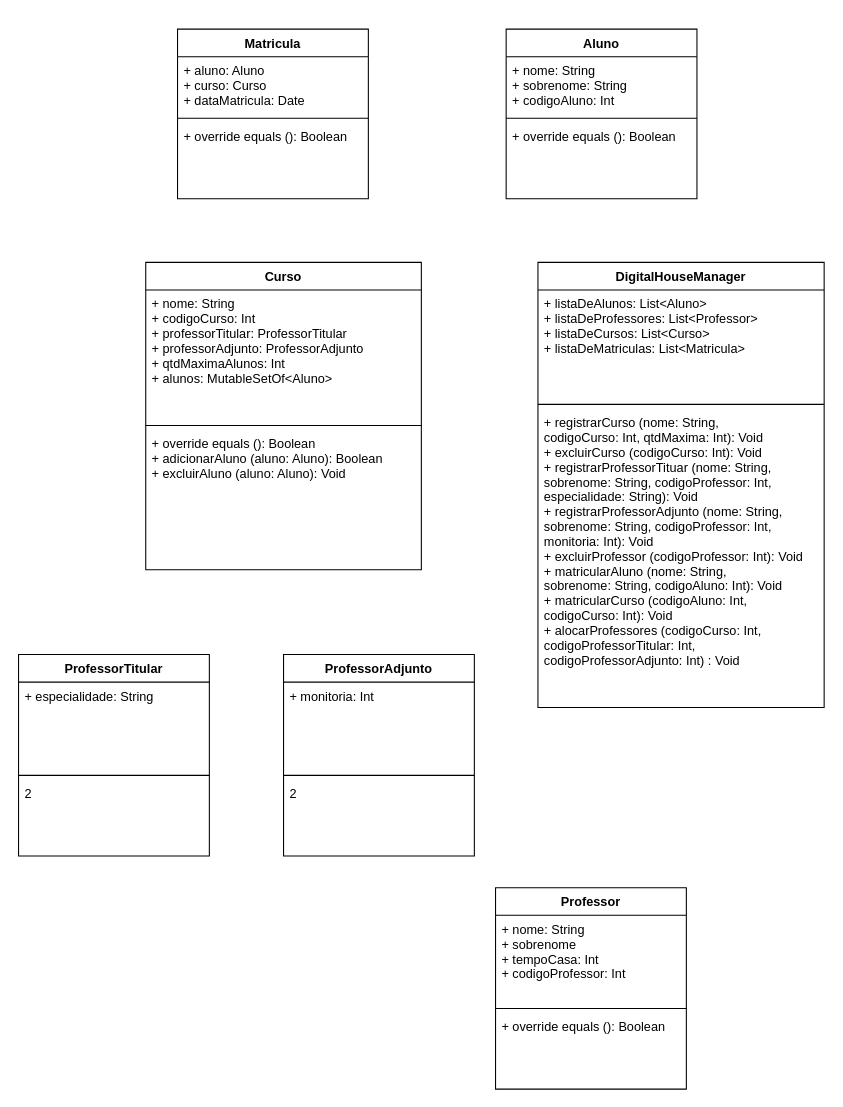
Earlier version of the draw.io diagram UMLDesafio.drawio (MiguelFazzanaro/Desafio2509). Source tidied: cells renumbered, new cells numbered last; positions are measured from the earlier drawing's top-left corner, leaving out a move shared by most shapes. Both pictures are drawn from the tidied source at 106%, with x=0, y=0 at pixel (18, 29).
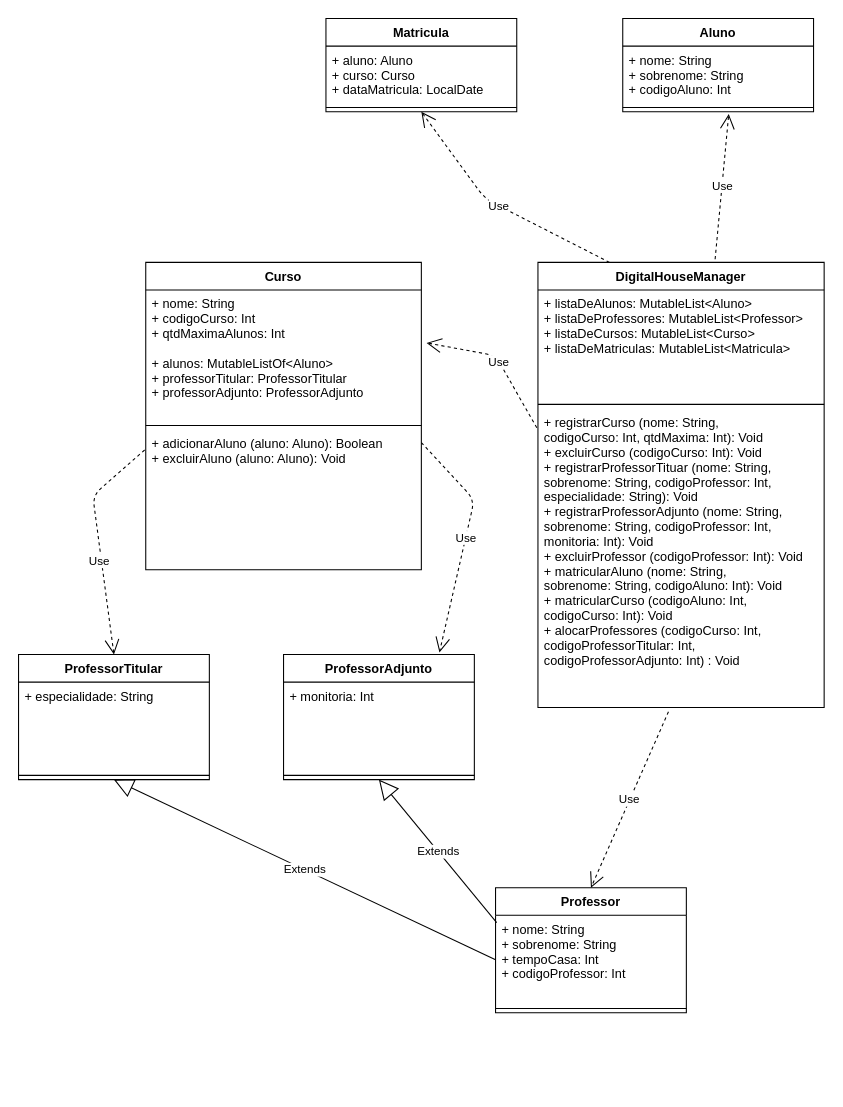
Above is the later version.

Commit message (it also covers changes not shown here):
atualizao do uml

The change refers to these unchanged cells:
```xml
<mxCell id="10" value="Curso" style="swimlane;fontStyle=1;align=center;verticalAlign=top;horizontal=1;startSize=26;" parent="1" vertex="1">
  <mxGeometry x="120" y="220" width="260" height="290" as="geometry" />
</mxCell>
<mxCell id="22" value="DigitalHouseManager" style="swimlane;fontStyle=1;align=center;verticalAlign=top;horizontal=1;startSize=26;" parent="1" vertex="1">
  <mxGeometry x="490" y="220" width="270" height="420" as="geometry" />
</mxCell>
<mxCell id="25" value="+ registrarCurso (nome: String, &#10;codigoCurso: Int, qtdMaxima: Int): Void&#10;+ excluirCurso (codigoCurso: Int): Void&#10;+ registrarProfessorTituar (nome: String, &#10;sobrenome: String, codigoProfessor: Int, &#10;especialidade: String): Void&#10;+ registrarProfessorAdjunto (nome: String, &#10;sobrenome: String, codigoProfessor: Int, &#10;monitoria: Int): Void&#10;+ excluirProfessor (codigoProfessor: Int): Void&#10;+ matricularAluno (nome: String, &#10;sobrenome: String, codigoAluno: Int): Void&#10;+ matricularCurso (codigoAluno: Int, &#10;codigoCurso: Int): Void&#10;+ alocarProfessores (codigoCurso: Int,&#10;codigoProfessorTitular: Int, &#10;codigoProfessorAdjunto: Int) : Void&#10;&#10;" style="text;strokeColor=none;fillColor=none;align=left;verticalAlign=top;spacingLeft=4;spacingRight=4;overflow=hidden;points=[[0,0.5],[1,0.5]];portConstraint=eastwest;" parent="22" vertex="1">
  <mxGeometry y="138" width="270" height="282" as="geometry" />
</mxCell>
```

What changed in the source:
```diff
@@
-    <mxCell id="2" value="Aluno" style="swimlane;fontStyle=1;align=center;verticalAlign=top;horizontal=1;startSize=26;" parent="1" vertex="1">
-      <mxGeometry x="460" width="180" height="160" as="geometry" />
-    </mxCell>
-    <mxCell id="3" value="+ nome: String&#10;+ sobrenome: String&#10;+ codigoAluno: Int" style="text;strokeColor=none;fillColor=none;align=left;verticalAlign=top;spacingLeft=4;spacingRight=4;overflow=hidden;" parent="2" vertex="1">
-      <mxGeometry y="26" width="180" height="54" as="geometry" />
-    </mxCell>
-    <mxCell id="4" style="line;strokeWidth=1;fillColor=none;align=left;verticalAlign=middle;spacingTop=-1;spacingLeft=3;spacingRight=3;labelPosition=right;" parent="2" vertex="1">
-      <mxGeometry y="80" width="180" height="8" as="geometry" />
-    </mxCell>
-    <mxCell id="5" value="+ override equals (): Boolean" style="text;strokeColor=none;fillColor=none;align=left;verticalAlign=top;spacingLeft=4;spacingRight=4;overflow=hidden;" parent="2" vertex="1">
-      <mxGeometry y="88" width="180" height="72" as="geometry" />
-    </mxCell>
-    <mxCell id="6" value="Matricula" style="swimlane;fontStyle=1;align=center;verticalAlign=top;horizontal=1;startSize=26;" parent="1" vertex="1">
-      <mxGeometry x="150" width="180" height="160" as="geometry" />
-    </mxCell>
-    <mxCell id="7" value="+ aluno: Aluno&#10;+ curso: Curso&#10;+ dataMatricula: Date" style="text;strokeColor=none;fillColor=none;align=left;verticalAlign=top;spacingLeft=4;spacingRight=4;overflow=hidden;" parent="6" vertex="1">
-      <mxGeometry y="26" width="180" height="54" as="geometry" />
-    </mxCell>
-    <mxCell id="8" style="line;strokeWidth=1;fillColor=none;align=left;verticalAlign=middle;spacingTop=-1;spacingLeft=3;spacingRight=3;labelPosition=right;" parent="6" vertex="1">
-      <mxGeometry y="80" width="180" height="8" as="geometry" />
-    </mxCell>
-    <mxCell id="9" value="+ override equals (): Boolean" style="text;strokeColor=none;fillColor=none;align=left;verticalAlign=top;spacingLeft=4;spacingRight=4;overflow=hidden;" parent="6" vertex="1">
-      <mxGeometry y="88" width="180" height="72" as="geometry" />
-    </mxCell>
@@
-    <mxCell id="11" value="+ nome: String&#10;+ codigoCurso: Int&#10;+ professorTitular: ProfessorTitular&#10;+ professorAdjunto: ProfessorAdjunto&#10;+ qtdMaximaAlunos: Int&#10;+ alunos: MutableSetOf&lt;Aluno&gt;&#10;" style="text;strokeColor=none;fillColor=none;align=left;verticalAlign=top;spacingLeft=4;spacingRight=4;overflow=hidden;points=[[0,0.5],[1,0.5]];portConstraint=eastwest;" parent="10" vertex="1">
+    <mxCell id="11" value="+ nome: String&#10;+ codigoCurso: Int&#10;+ qtdMaximaAlunos: Int&#10;&#10;+ alunos: MutableListOf&lt;Aluno&gt;&#10;+ professorTitular: ProfessorTitular&#10;+ professorAdjunto: ProfessorAdjunto&#10;" style="text;strokeColor=none;fillColor=none;align=left;verticalAlign=top;spacingLeft=4;spacingRight=4;overflow=hidden;points=[[0,0.5],[1,0.5]];portConstraint=eastwest;" parent="10" vertex="1">
       <mxGeometry y="26" width="260" height="124" as="geometry" />
     </mxCell>
@@
-    <mxCell id="13" value="+ override equals (): Boolean&#10;+ adicionarAluno (aluno: Aluno): Boolean&#10;+ excluirAluno (aluno: Aluno): Void" style="text;strokeColor=none;fillColor=none;align=left;verticalAlign=top;spacingLeft=4;spacingRight=4;overflow=hidden;points=[[0,0.5],[1,0.5]];portConstraint=eastwest;" parent="10" vertex="1">
+    <mxCell id="13" value="+ adicionarAluno (aluno: Aluno): Boolean&#10;+ excluirAluno (aluno: Aluno): Void" style="text;strokeColor=none;fillColor=none;align=left;verticalAlign=top;spacingLeft=4;spacingRight=4;overflow=hidden;points=[[0,0.5],[1,0.5]];portConstraint=eastwest;" parent="10" vertex="1">
       <mxGeometry y="158" width="260" height="132" as="geometry" />
     </mxCell>
+    <mxCell id="2" value="Aluno" style="swimlane;fontStyle=1;align=center;verticalAlign=top;horizontal=1;startSize=26;" parent="1" vertex="1">
+      <mxGeometry x="570" y="-10" width="180" height="88" as="geometry" />
+    </mxCell>
+    <mxCell id="3" value="+ nome: String&#10;+ sobrenome: String&#10;+ codigoAluno: Int" style="text;strokeColor=none;fillColor=none;align=left;verticalAlign=top;spacingLeft=4;spacingRight=4;overflow=hidden;" parent="2" vertex="1">
+      <mxGeometry y="26" width="180" height="54" as="geometry" />
+    </mxCell>
+    <mxCell id="4" style="line;strokeWidth=1;fillColor=none;align=left;verticalAlign=middle;spacingTop=-1;spacingLeft=3;spacingRight=3;labelPosition=right;" parent="2" vertex="1">
+      <mxGeometry y="80" width="180" height="8" as="geometry" />
+    </mxCell>
+    <mxCell id="6" value="Matricula" style="swimlane;fontStyle=1;align=center;verticalAlign=top;horizontal=1;startSize=26;" parent="1" vertex="1">
+      <mxGeometry x="290" y="-10" width="180" height="88" as="geometry" />
+    </mxCell>
+    <mxCell id="7" value="+ aluno: Aluno&#10;+ curso: Curso&#10;+ dataMatricula: LocalDate" style="text;strokeColor=none;fillColor=none;align=left;verticalAlign=top;spacingLeft=4;spacingRight=4;overflow=hidden;" parent="6" vertex="1">
+      <mxGeometry y="26" width="180" height="54" as="geometry" />
+    </mxCell>
+    <mxCell id="8" style="line;strokeWidth=1;fillColor=none;align=left;verticalAlign=middle;spacingTop=-1;spacingLeft=3;spacingRight=3;labelPosition=right;" parent="6" vertex="1">
+      <mxGeometry y="80" width="180" height="8" as="geometry" />
+    </mxCell>
     <mxCell id="14" value="ProfessorTitular" style="swimlane;fontStyle=1;align=center;verticalAlign=top;horizontal=1;startSize=26;" parent="1" vertex="1">
-      <mxGeometry y="590" width="180" height="190" as="geometry" />
+      <mxGeometry y="590" width="180" height="118" as="geometry" />
     </mxCell>
@@
-    <mxCell id="17" value="2" style="text;strokeColor=none;fillColor=none;align=left;verticalAlign=top;spacingLeft=4;spacingRight=4;overflow=hidden;" parent="14" vertex="1">
-      <mxGeometry y="118" width="180" height="72" as="geometry" />
-    </mxCell>
     <mxCell id="18" value="ProfessorAdjunto" style="swimlane;fontStyle=1;align=center;verticalAlign=top;horizontal=1;startSize=26;" parent="1" vertex="1">
-      <mxGeometry x="250" y="590" width="180" height="190" as="geometry" />
+      <mxGeometry x="250" y="590" width="180" height="118" as="geometry" />
     </mxCell>
@@
-    <mxCell id="21" value="2" style="text;strokeColor=none;fillColor=none;align=left;verticalAlign=top;spacingLeft=4;spacingRight=4;overflow=hidden;" parent="18" vertex="1">
-      <mxGeometry y="118" width="180" height="72" as="geometry" />
-    </mxCell>
@@
-    <mxCell id="23" value="+ listaDeAlunos: List&lt;Aluno&gt;&#10;+ listaDeProfessores: List&lt;Professor&gt;&#10;+ listaDeCursos: List&lt;Curso&gt;&#10;+ listaDeMatriculas: List&lt;Matricula&gt;" style="text;strokeColor=none;fillColor=none;align=left;verticalAlign=top;spacingLeft=4;spacingRight=4;overflow=hidden;" parent="22" vertex="1">
+    <mxCell id="23" value="+ listaDeAlunos: MutableList&lt;Aluno&gt;&#10;+ listaDeProfessores: MutableList&lt;Professor&gt;&#10;+ listaDeCursos: MutableList&lt;Curso&gt;&#10;+ listaDeMatriculas: MutableList&lt;Matricula&gt;" style="text;strokeColor=none;fillColor=none;align=left;verticalAlign=top;spacingLeft=4;spacingRight=4;overflow=hidden;" parent="22" vertex="1">
       <mxGeometry y="26" width="270" height="104" as="geometry" />
     </mxCell>
@@
     <mxCell id="26" value="Professor" style="swimlane;fontStyle=1;align=center;verticalAlign=top;horizontal=1;startSize=26;" parent="1" vertex="1">
-      <mxGeometry x="450" y="810" width="180" height="190" as="geometry" />
+      <mxGeometry x="450" y="810" width="180" height="118" as="geometry" />
     </mxCell>
-    <mxCell id="27" value="+ nome: String&#10;+ sobrenome&#10;+ tempoCasa: Int&#10;+ codigoProfessor: Int" style="text;strokeColor=none;fillColor=none;align=left;verticalAlign=top;spacingLeft=4;spacingRight=4;overflow=hidden;points=[[0,0.5],[1,0.5]];portConstraint=eastwest;" parent="26" vertex="1">
+    <mxCell id="27" value="+ nome: String&#10;+ sobrenome: String&#10;+ tempoCasa: Int&#10;+ codigoProfessor: Int" style="text;strokeColor=none;fillColor=none;align=left;verticalAlign=top;spacingLeft=4;spacingRight=4;overflow=hidden;points=[[0,0.5],[1,0.5]];portConstraint=eastwest;" parent="26" vertex="1">
       <mxGeometry y="26" width="180" height="84" as="geometry" />
     </mxCell>
@@
-    <mxCell id="29" value="+ override equals (): Boolean" style="text;strokeColor=none;fillColor=none;align=left;verticalAlign=top;spacingLeft=4;spacingRight=4;overflow=hidden;" parent="26" vertex="1">
-      <mxGeometry y="118" width="180" height="72" as="geometry" />
-    </mxCell>
+    <mxCell id="30" value="Extends" style="endArrow=block;endSize=16;endFill=0;html=1;entryX=0.5;entryY=1;entryDx=0;entryDy=0;exitX=0;exitY=0.5;exitDx=0;exitDy=0;" parent="1" edge="1" source="27" target="14">
+      <mxGeometry relative="1" as="geometry" />
+    </mxCell>
+    <mxCell id="31" value="Extends" style="endArrow=block;endSize=16;endFill=0;html=1;entryX=0.5;entryY=1;entryDx=0;entryDy=0;exitX=0.006;exitY=0.083;exitDx=0;exitDy=0;exitPerimeter=0;" parent="1" edge="1" source="27" target="18">
+      <mxGeometry relative="1" as="geometry" />
+    </mxCell>
+    <mxCell id="32" value="Use" style="endArrow=open;endSize=12;dashed=1;html=1;exitX=-0.004;exitY=0.144;exitDx=0;exitDy=0;exitPerimeter=0;entryX=0.5;entryY=0;entryDx=0;entryDy=0;" parent="1" edge="1" source="13" target="14">
+      <mxGeometry x="0.17" y="-2" relative="1" as="geometry">
+        <Array as="points">
+          <mxPoint x="70" y="440" />
+        </Array>
+      </mxGeometry>
+    </mxCell>
+    <mxCell id="33" value="Use" style="endArrow=open;endSize=12;dashed=1;html=1;exitX=1;exitY=0.091;exitDx=0;exitDy=0;exitPerimeter=0;entryX=0.817;entryY=-0.017;entryDx=0;entryDy=0;entryPerimeter=0;" parent="1" edge="1" source="13" target="18">
+      <mxGeometry relative="1" as="geometry">
+        <Array as="points">
+          <mxPoint x="430" y="444" />
+        </Array>
+      </mxGeometry>
+    </mxCell>
+    <mxCell id="34" value="Use" style="endArrow=open;endSize=12;dashed=1;html=1;exitX=0.25;exitY=0;exitDx=0;exitDy=0;entryX=0.5;entryY=1;entryDx=0;entryDy=0;" parent="1" edge="1" source="22" target="6">
+      <mxGeometry relative="1" as="geometry">
+        <Array as="points">
+          <mxPoint x="440" y="160" />
+        </Array>
+      </mxGeometry>
+    </mxCell>
+    <mxCell id="35" value="Use" style="endArrow=open;endSize=12;dashed=1;html=1;exitX=0.619;exitY=-0.007;exitDx=0;exitDy=0;exitPerimeter=0;" parent="1" edge="1" source="22">
+      <mxGeometry relative="1" as="geometry">
+        <mxPoint x="670" y="80" as="targetPoint" />
+      </mxGeometry>
+    </mxCell>
+    <mxCell id="36" value="Use" style="endArrow=open;endSize=12;dashed=1;html=1;entryX=1.019;entryY=0.403;entryDx=0;entryDy=0;entryPerimeter=0;exitX=-0.004;exitY=0.064;exitDx=0;exitDy=0;exitPerimeter=0;" parent="1" edge="1" source="25" target="11">
+      <mxGeometry relative="1" as="geometry">
+        <Array as="points">
+          <mxPoint x="450" y="308" />
+        </Array>
+      </mxGeometry>
+    </mxCell>
+    <mxCell id="37" value="Use" style="endArrow=open;endSize=12;dashed=1;html=1;exitX=0.456;exitY=1.014;exitDx=0;exitDy=0;exitPerimeter=0;entryX=0.5;entryY=0;entryDx=0;entryDy=0;" parent="1" edge="1" source="25" target="26">
+      <mxGeometry relative="1" as="geometry" />
+    </mxCell>
```
